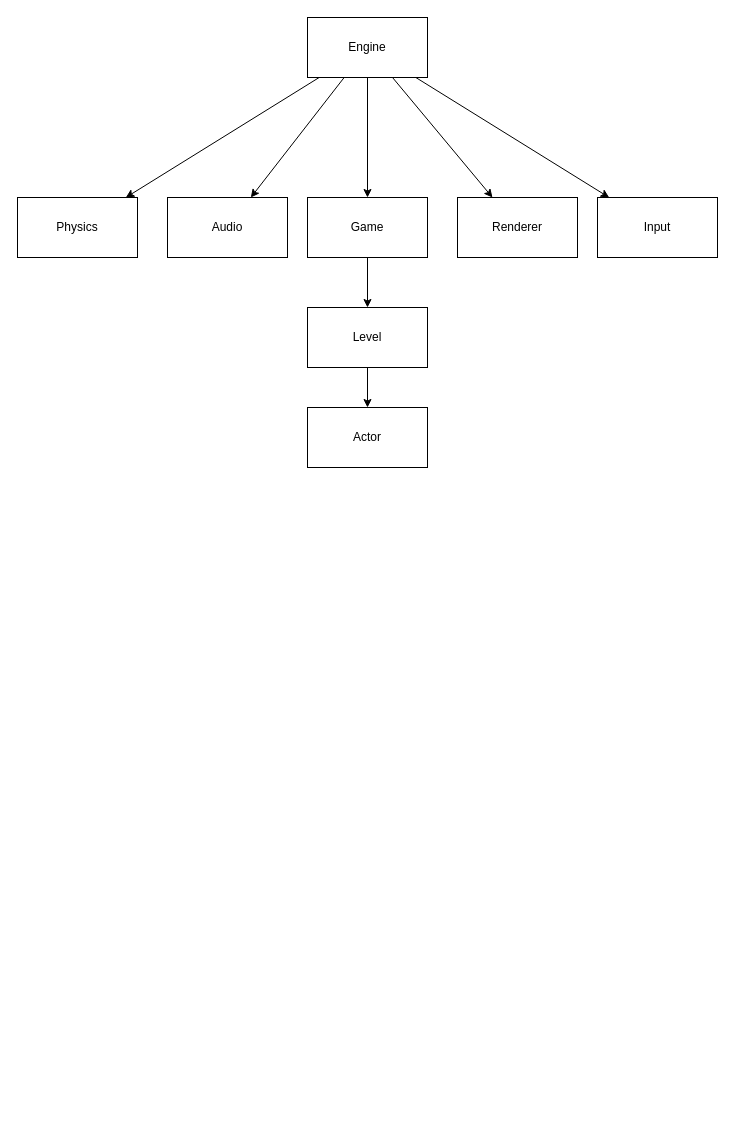
The draw.io diagram plan.drawio in erdospeet11/the-void-engine, before the edit. Source tidied: cells renumbered, new cells numbered last; positions are measured from the earlier drawing's top-left corner, leaving out a move shared by most shapes. Both pictures are drawn from the tidied source at 100%, with x=0, y=0 at pixel (17, 17).
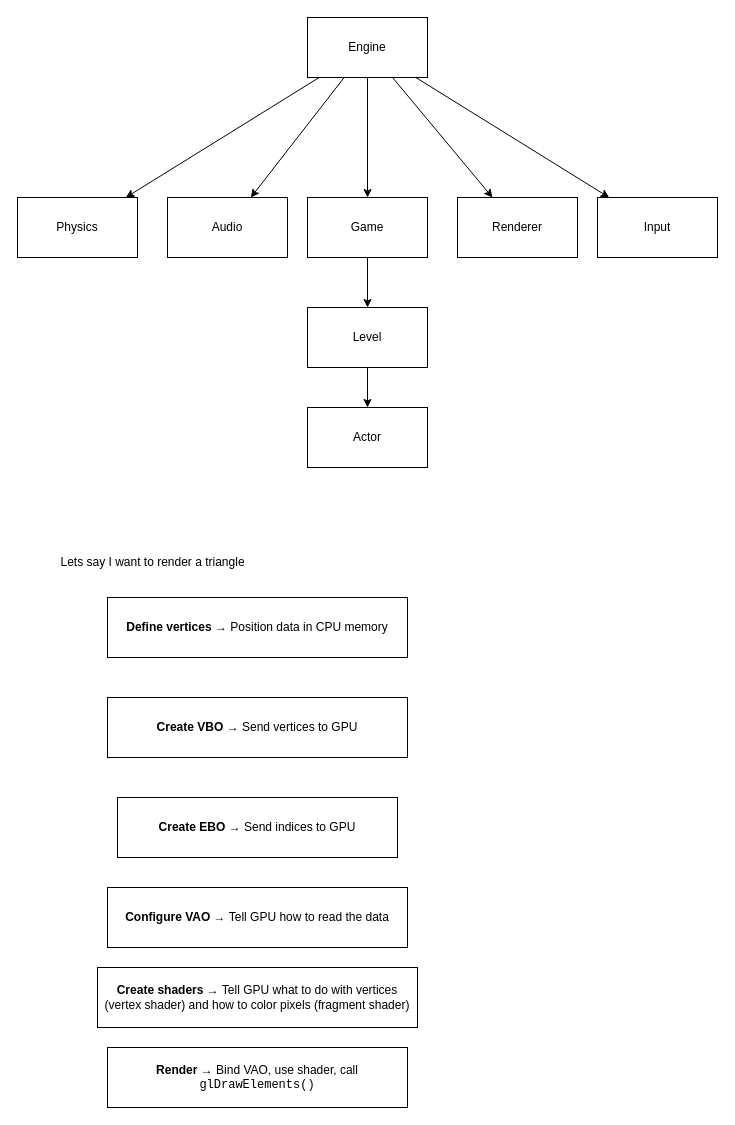
After the change.

The edit, as a diff of the source:
```diff
@@
+    <mxCell id="17" value="&lt;strong&gt;Define vertices&lt;/strong&gt; → Position data in CPU memory" style="whiteSpace=wrap;html=1;" parent="1" vertex="1">
+      <mxGeometry x="90" y="580" width="300" height="60" as="geometry" />
+    </mxCell>
+    <mxCell id="18" value="Lets say I want to render a triangle" style="text;html=1;align=center;verticalAlign=middle;strokeColor=none;fillColor=none;" parent="1" vertex="1">
+      <mxGeometry x="30" y="530" width="210" height="30" as="geometry" />
+    </mxCell>
+    <mxCell id="19" value="&lt;strong&gt;Create VBO&lt;/strong&gt; → Send vertices to GPU" style="whiteSpace=wrap;html=1;" parent="1" vertex="1">
+      <mxGeometry x="90" y="680" width="300" height="60" as="geometry" />
+    </mxCell>
+    <mxCell id="20" value="&lt;strong&gt;Create EBO&lt;/strong&gt; → Send indices to GPU" style="whiteSpace=wrap;html=1;" parent="1" vertex="1">
+      <mxGeometry x="100" y="780" width="280" height="60" as="geometry" />
+    </mxCell>
+    <mxCell id="21" value="&lt;strong&gt;Configure VAO&lt;/strong&gt; → Tell GPU how to read the data" style="whiteSpace=wrap;html=1;" parent="1" vertex="1">
+      <mxGeometry x="90" y="870" width="300" height="60" as="geometry" />
+    </mxCell>
+    <mxCell id="22" value="&lt;strong&gt;Create shaders&lt;/strong&gt; → Tell GPU what to do with vertices (vertex shader) and how to color pixels (fragment shader)" style="whiteSpace=wrap;html=1;" parent="1" vertex="1">
+      <mxGeometry x="80" y="950" width="320" height="60" as="geometry" />
+    </mxCell>
+    <mxCell id="23" value="&lt;strong&gt;Render&lt;/strong&gt; → Bind VAO, use shader, call &lt;code class=&quot;bg-text-200/5 border border-0.5 border-border-300 text-danger-000 whitespace-pre-wrap rounded-[0.4rem] px-1 py-px text-[0.9rem]&quot;&gt;glDrawElements()&lt;/code&gt;" style="whiteSpace=wrap;html=1;" parent="1" vertex="1">
+      <mxGeometry x="90" y="1030" width="300" height="60" as="geometry" />
+    </mxCell>
```
